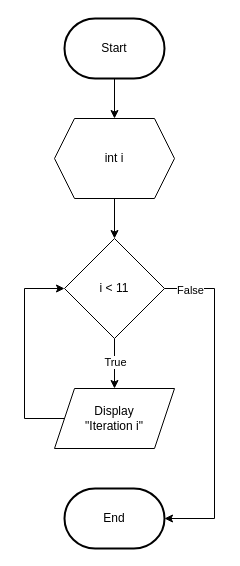
The draw.io diagram page "While" (5 of 6) of Flowchart_PendaModul2.drawio in elikawicaksana/BuildIT_BasisData, before the edit. Source tidied: cells renumbered, new cells numbered last; positions are measured from the earlier drawing's top-left corner, leaving out a move shared by most shapes. Both pictures are drawn from the tidied source at 100%, with x=0, y=0 at pixel (24, 18).
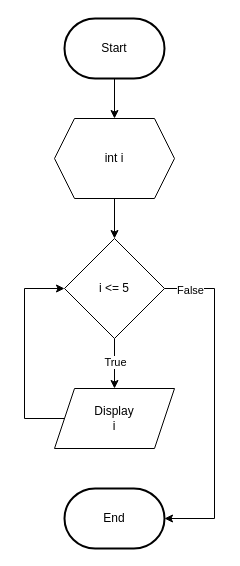
The same page after the edit.

What changed in the source:
```diff
@@
 <mxGraphModel>
   <root>
     <mxCell id="0" />
     <mxCell id="1" parent="0" />
     <mxCell id="2" style="edgeStyle=orthogonalEdgeStyle;rounded=0;jettySize=auto;html=1;entryX=0.5;entryY=0;entryDx=0;entryDy=0;" parent="1" edge="1" source="3" target="6">
       <mxGeometry relative="1" as="geometry" />
     </mxCell>
     <mxCell id="3" value="Start" style="strokeWidth=2;html=1;shape=mxgraph.flowchart.terminator;whiteSpace=wrap;" parent="1" vertex="1">
       <mxGeometry x="40" width="100" height="60" as="geometry" />
     </mxCell>
     <mxCell id="4" value="End" style="strokeWidth=2;html=1;shape=mxgraph.flowchart.terminator;whiteSpace=wrap;" parent="1" vertex="1">
       <mxGeometry x="40" y="470" width="100" height="60" as="geometry" />
     </mxCell>
     <mxCell id="5" style="edgeStyle=orthogonalEdgeStyle;rounded=0;jettySize=auto;html=1;entryX=0.5;entryY=0;entryDx=0;entryDy=0;" parent="1" edge="1" source="6" target="9">
       <mxGeometry relative="1" as="geometry" />
     </mxCell>
     <mxCell id="6" value="int i" style="shape=hexagon;perimeter=hexagonPerimeter2;whiteSpace=wrap;html=1;fixedSize=1;" parent="1" vertex="1">
       <mxGeometry x="30" y="100" width="120" height="80" as="geometry" />
     </mxCell>
     <mxCell id="7" style="edgeStyle=orthogonalEdgeStyle;rounded=0;jettySize=auto;html=1;" parent="1" edge="1" source="9" target="11">
       <mxGeometry relative="1" as="geometry" />
     </mxCell>
     <mxCell id="8" value="True" style="edgeLabel;html=1;align=center;verticalAlign=middle;" parent="7" vertex="1">
       <mxGeometry x="-0.08" relative="1" as="geometry" />
     </mxCell>
-    <mxCell id="9" value="i &amp;lt; 11" style="rhombus;whiteSpace=wrap;html=1;" parent="1" vertex="1">
+    <mxCell id="9" value="i &amp;lt;= 5" style="rhombus;whiteSpace=wrap;html=1;" parent="1" vertex="1">
       <mxGeometry x="40" y="220" width="100" height="100" as="geometry" />
     </mxCell>
     <mxCell id="10" style="edgeStyle=orthogonalEdgeStyle;rounded=0;jettySize=auto;html=1;entryX=0;entryY=0.5;entryDx=0;entryDy=0;" parent="1" edge="1" source="11" target="9">
       <mxGeometry relative="1" as="geometry">
         <Array as="points">
           <mxPoint y="400" />
           <mxPoint y="270" />
         </Array>
       </mxGeometry>
     </mxCell>
-    <mxCell id="11" value="&lt;font face=&quot;Helvetica&quot; style=&quot;font-size: 12px;&quot;&gt;Display&lt;/font&gt;&lt;div&gt;&lt;font face=&quot;Helvetica&quot; style=&quot;font-size: 12px;&quot;&gt;&quot;Iteration i&quot;&lt;/font&gt;&lt;/div&gt;" style="shape=parallelogram;perimeter=parallelogramPerimeter;whiteSpace=wrap;html=1;fixedSize=1;" parent="1" vertex="1">
+    <mxCell id="11" value="&lt;font face=&quot;Helvetica&quot; style=&quot;font-size: 12px;&quot;&gt;Display&lt;/font&gt;&lt;div&gt;i&lt;/div&gt;" style="shape=parallelogram;perimeter=parallelogramPerimeter;whiteSpace=wrap;html=1;fixedSize=1;" parent="1" vertex="1">
       <mxGeometry x="30" y="370" width="120" height="60" as="geometry" />
     </mxCell>
     <mxCell id="12" style="edgeStyle=orthogonalEdgeStyle;rounded=0;jettySize=auto;html=1;entryX=1;entryY=0.5;entryDx=0;entryDy=0;entryPerimeter=0;" parent="1" edge="1" source="9" target="4">
       <mxGeometry relative="1" as="geometry">
         <Array as="points">
           <mxPoint x="190" y="270" />
           <mxPoint x="190" y="500" />
         </Array>
       </mxGeometry>
     </mxCell>
     <mxCell id="13" value="False" style="edgeLabel;html=1;align=center;verticalAlign=middle;" parent="12" vertex="1">
       <mxGeometry x="-0.85" y="-1" relative="1" as="geometry" />
     </mxCell>
   </root>
 </mxGraphModel>
```
